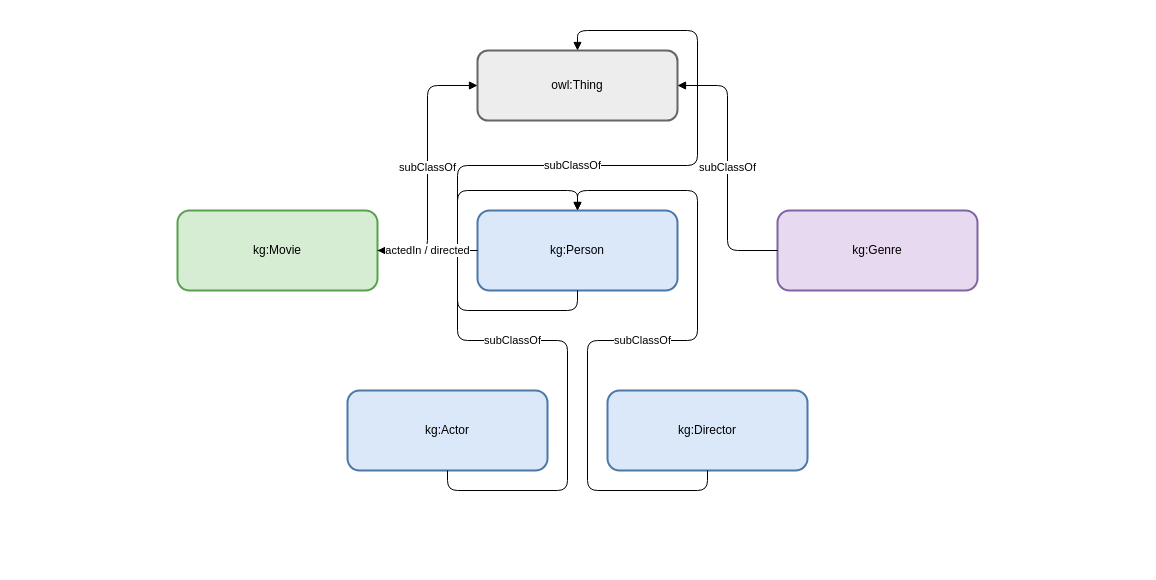
Above: report_latex/images/sources/ontology_diagram.drawio in khanhhk/advanced_database (draw.io), before the change. Source tidied: cells renumbered, new cells numbered last; positions are measured from the earlier drawing's top-left corner, leaving out a move shared by most shapes. Both pictures are drawn from the tidied source at 100%, with x=0, y=0 at pixel (177, 50).
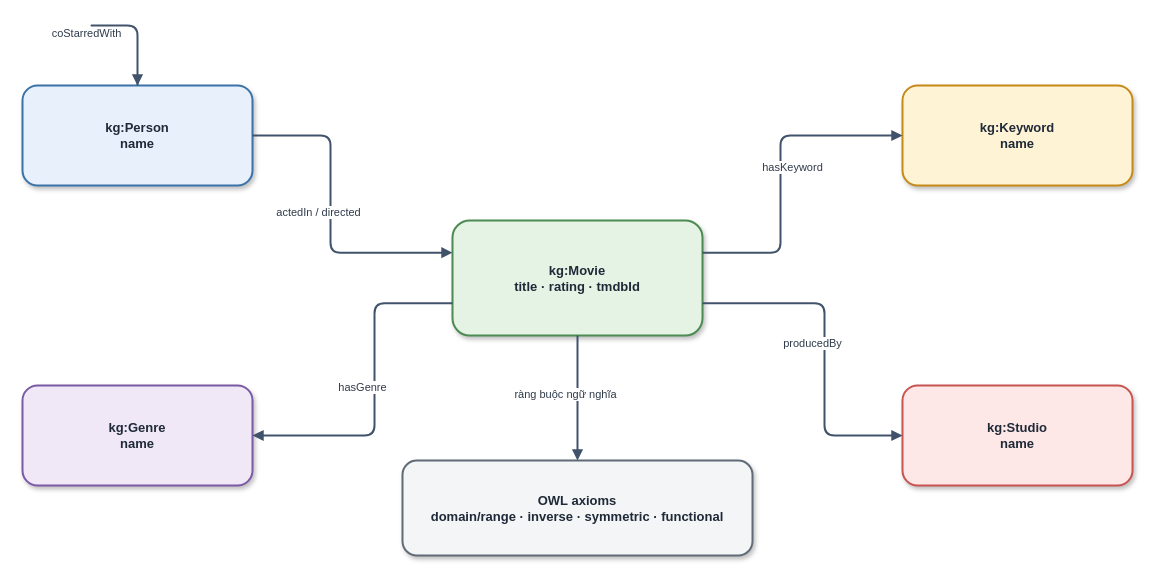
The same diagram, later.

The edit, as a diff of the source:
```diff
@@
-    <mxCell id="2" value="owl:Thing" style="rounded=1;whiteSpace=wrap;html=1;fillColor=#ededed;strokeColor=#666666;strokeWidth=2;" parent="1" vertex="1">
-      <mxGeometry x="300" width="200" height="70" as="geometry" />
-    </mxCell>
-    <mxCell id="3" value="kg:Movie" style="rounded=1;whiteSpace=wrap;html=1;fillColor=#d6edd4;strokeColor=#59a14f;strokeWidth=2;" parent="1" vertex="1">
-      <mxGeometry y="160" width="200" height="80" as="geometry" />
+    <mxCell id="3" value="kg:Movie&#10;title · rating · tmdbId" style="rounded=1;whiteSpace=wrap;html=1;fillColor=#E5F3E5;strokeColor=#4D8B52;strokeWidth=2;fontSize=13;fontColor=#1F2937;fontStyle=1;spacing=8;shadow=1;" parent="1" vertex="1">
+      <mxGeometry x="275" y="170" width="250" height="115" as="geometry" />
     </mxCell>
-    <mxCell id="4" value="kg:Person" style="rounded=1;whiteSpace=wrap;html=1;fillColor=#dbe8fa;strokeColor=#4c78a8;strokeWidth=2;" parent="1" vertex="1">
-      <mxGeometry x="300" y="160" width="200" height="80" as="geometry" />
+    <mxCell id="4" value="kg:Person&#10;name" style="rounded=1;whiteSpace=wrap;html=1;fillColor=#E8F1FB;strokeColor=#3B73A8;strokeWidth=2;fontSize=13;fontColor=#1F2937;fontStyle=1;spacing=8;shadow=1;" parent="1" vertex="1">
+      <mxGeometry x="-155" y="35" width="230" height="100" as="geometry" />
     </mxCell>
-    <mxCell id="5" value="kg:Genre" style="rounded=1;whiteSpace=wrap;html=1;fillColor=#e6d9f0;strokeColor=#8064a2;strokeWidth=2;" parent="1" vertex="1">
-      <mxGeometry x="600" y="160" width="200" height="80" as="geometry" />
+    <mxCell id="5" value="kg:Genre&#10;name" style="rounded=1;whiteSpace=wrap;html=1;fillColor=#F0E8F7;strokeColor=#7B5AA6;strokeWidth=2;fontSize=13;fontColor=#1F2937;fontStyle=1;spacing=8;shadow=1;" parent="1" vertex="1">
+      <mxGeometry x="-155" y="335" width="230" height="100" as="geometry" />
     </mxCell>
-    <mxCell id="6" value="kg:Actor" style="rounded=1;whiteSpace=wrap;html=1;fillColor=#dbe8fa;strokeColor=#4c78a8;strokeWidth=2;" parent="1" vertex="1">
-      <mxGeometry x="170" y="340" width="200" height="80" as="geometry" />
-    </mxCell>
-    <mxCell id="7" value="kg:Director" style="rounded=1;whiteSpace=wrap;html=1;fillColor=#dbe8fa;strokeColor=#4c78a8;strokeWidth=2;" parent="1" vertex="1">
-      <mxGeometry x="430" y="340" width="200" height="80" as="geometry" />
-    </mxCell>
+    <mxCell id="14" value="kg:Keyword&#10;name" style="rounded=1;whiteSpace=wrap;html=1;fillColor=#FFF3D6;strokeColor=#C58A18;strokeWidth=2;fontSize=13;fontColor=#1F2937;fontStyle=1;spacing=8;shadow=1;" parent="1" vertex="1">
+      <mxGeometry x="725" y="35" width="230" height="100" as="geometry" />
+    </mxCell>
+    <mxCell id="15" value="kg:Studio&#10;name" style="rounded=1;whiteSpace=wrap;html=1;fillColor=#FDE8E7;strokeColor=#C85452;strokeWidth=2;fontSize=13;fontColor=#1F2937;fontStyle=1;spacing=8;shadow=1;" parent="1" vertex="1">
+      <mxGeometry x="725" y="335" width="230" height="100" as="geometry" />
+    </mxCell>
+    <mxCell id="16" value="OWL axioms&#10;domain/range · inverse · symmetric · functional" style="rounded=1;whiteSpace=wrap;html=1;fillColor=#F3F5F7;strokeColor=#5F6B76;strokeWidth=2;fontSize=13;fontColor=#1F2937;fontStyle=1;spacing=8;shadow=1;" parent="1" vertex="1">
+      <mxGeometry x="225" y="410" width="350" height="95" as="geometry" />
+    </mxCell>
-    <mxCell id="8" value="subClassOf" style="edgeStyle=orthogonalEdgeStyle;rounded=1;jettySize=auto;html=1;endArrow=block;exitX=1;exitY=0.5;exitDx=0;exitDy=0;entryX=0;entryY=0.5;entryDx=0;entryDy=0;" parent="1" edge="1" source="3" target="2">
-      <mxGeometry relative="1" as="geometry" />
+    <mxCell id="8" value="actedIn / directed" style="edgeStyle=orthogonalEdgeStyle;rounded=1;jettySize=auto;html=1;endArrow=block;endFill=1;strokeColor=#40536B;strokeWidth=2;fontSize=11;fontColor=#2F3B4A;labelBackgroundColor=#FFFFFF;spacingBottom=8;exitX=1;exitY=0.5;exitDx=0;exitDy=0;entryX=0;entryY=0.28;entryDx=0;entryDy=0;" parent="1" edge="1" source="4" target="3">
+      <mxGeometry y="-12" relative="1" as="geometry">
+        <Array as="points">
+          <mxPoint x="153" y="85" />
+          <mxPoint x="153" y="202" />
+        </Array>
+      </mxGeometry>
     </mxCell>
-    <mxCell id="9" value="subClassOf" style="edgeStyle=orthogonalEdgeStyle;rounded=1;jettySize=auto;html=1;endArrow=block;exitX=0.5;exitY=1;exitDx=0;exitDy=0;entryX=0.5;entryY=0;entryDx=0;entryDy=0;" parent="1" edge="1" source="4" target="2">
-      <mxGeometry relative="1" as="geometry" />
+    <mxCell id="9" value="hasGenre" style="edgeStyle=orthogonalEdgeStyle;rounded=1;jettySize=auto;html=1;endArrow=block;endFill=1;strokeColor=#40536B;strokeWidth=2;fontSize=11;fontColor=#2F3B4A;labelBackgroundColor=#FFFFFF;spacingBottom=8;exitX=0;exitY=0.72;exitDx=0;exitDy=0;entryX=1;entryY=0.5;entryDx=0;entryDy=0;" parent="1" edge="1" source="3" target="5">
+      <mxGeometry y="-12" relative="1" as="geometry">
+        <Array as="points">
+          <mxPoint x="197" y="253" />
+          <mxPoint x="197" y="385" />
+        </Array>
+      </mxGeometry>
     </mxCell>
-    <mxCell id="10" value="subClassOf" style="edgeStyle=orthogonalEdgeStyle;rounded=1;jettySize=auto;html=1;endArrow=block;exitX=0;exitY=0.5;exitDx=0;exitDy=0;entryX=1;entryY=0.5;entryDx=0;entryDy=0;" parent="1" edge="1" source="5" target="2">
-      <mxGeometry relative="1" as="geometry" />
+    <mxCell id="10" value="hasKeyword" style="edgeStyle=orthogonalEdgeStyle;rounded=1;jettySize=auto;html=1;endArrow=block;endFill=1;strokeColor=#40536B;strokeWidth=2;fontSize=11;fontColor=#2F3B4A;labelBackgroundColor=#FFFFFF;spacingBottom=8;exitX=1;exitY=0.28;exitDx=0;exitDy=0;entryX=0;entryY=0.5;entryDx=0;entryDy=0;" parent="1" edge="1" source="3" target="14">
+      <mxGeometry y="-12" relative="1" as="geometry">
+        <Array as="points">
+          <mxPoint x="603" y="202" />
+          <mxPoint x="603" y="85" />
+        </Array>
+      </mxGeometry>
     </mxCell>
-    <mxCell id="11" value="subClassOf" style="edgeStyle=orthogonalEdgeStyle;rounded=1;jettySize=auto;html=1;endArrow=block;exitX=0.5;exitY=1;exitDx=0;exitDy=0;entryX=0.5;entryY=0;entryDx=0;entryDy=0;" parent="1" edge="1" source="6" target="4">
-      <mxGeometry relative="1" as="geometry" />
+    <mxCell id="11" value="producedBy" style="edgeStyle=orthogonalEdgeStyle;rounded=1;jettySize=auto;html=1;endArrow=block;endFill=1;strokeColor=#40536B;strokeWidth=2;fontSize=11;fontColor=#2F3B4A;labelBackgroundColor=#FFFFFF;spacingBottom=8;exitX=1;exitY=0.72;exitDx=0;exitDy=0;entryX=0;entryY=0.5;entryDx=0;entryDy=0;" parent="1" edge="1" source="3" target="15">
+      <mxGeometry y="-12" relative="1" as="geometry">
+        <Array as="points">
+          <mxPoint x="647" y="253" />
+          <mxPoint x="647" y="385" />
+        </Array>
+      </mxGeometry>
     </mxCell>
-    <mxCell id="12" value="subClassOf" style="edgeStyle=orthogonalEdgeStyle;rounded=1;jettySize=auto;html=1;endArrow=block;exitX=0.5;exitY=1;exitDx=0;exitDy=0;entryX=0.5;entryY=0;entryDx=0;entryDy=0;" parent="1" edge="1" source="7" target="4">
-      <mxGeometry relative="1" as="geometry" />
+    <mxCell id="12" value="coStarredWith" style="edgeStyle=orthogonalEdgeStyle;rounded=1;orthogonalLoop=1;jettySize=auto;html=1;endArrow=block;endFill=1;strokeColor=#40536B;strokeWidth=2;fontSize=11;fontColor=#2F3B4A;labelBackgroundColor=#FFFFFF;spacingBottom=8;exitX=0.5;exitY=0;exitDx=0;exitDy=0;entryX=0.5;entryY=0;entryDx=0;entryDy=0;" parent="1" edge="1" source="4" target="4">
+      <mxGeometry y="-12" relative="1" as="geometry">
+        <Array as="points">
+          <mxPoint x="-91" y="-25" />
+          <mxPoint x="11" y="-25" />
+        </Array>
+      </mxGeometry>
     </mxCell>
-    <mxCell id="13" value="actedIn / directed" style="edgeStyle=orthogonalEdgeStyle;rounded=1;jettySize=auto;html=1;endArrow=block;exitX=0;exitY=0.5;exitDx=0;exitDy=0;entryX=1;entryY=0.5;entryDx=0;entryDy=0;" parent="1" edge="1" source="4" target="3">
-      <mxGeometry relative="1" as="geometry" />
+    <mxCell id="13" value="ràng buộc ngữ nghĩa" style="edgeStyle=orthogonalEdgeStyle;rounded=1;jettySize=auto;html=1;endArrow=block;endFill=1;strokeColor=#40536B;strokeWidth=2;fontSize=11;fontColor=#2F3B4A;labelBackgroundColor=#FFFFFF;spacingBottom=8;exitX=0.5;exitY=1;exitDx=0;exitDy=0;entryX=0.5;entryY=0;entryDx=0;entryDy=0;" parent="1" edge="1" source="3" target="16">
+      <mxGeometry y="-12" relative="1" as="geometry" />
     </mxCell>
```
